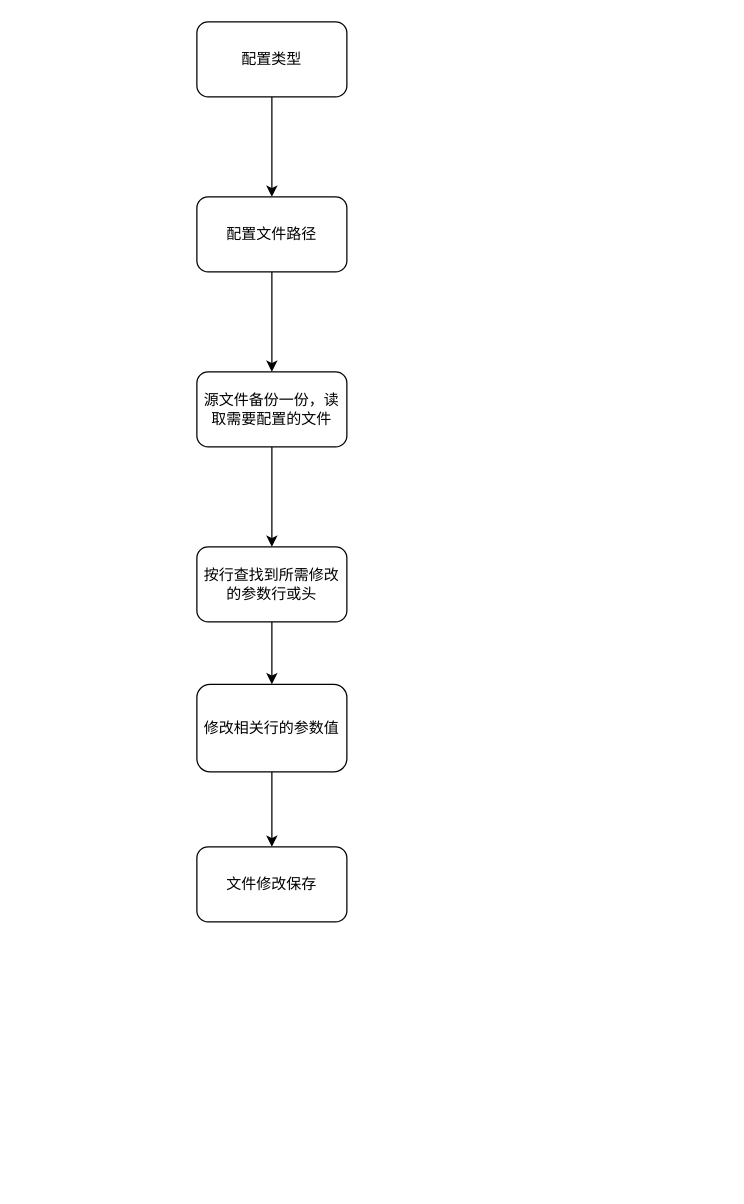
The draw.io diagram configFrame.drawio in yyjqr/IMU, before the edit. Source tidied: cells renumbered, new cells numbered last; positions are measured from the earlier drawing's top-left corner, leaving out a move shared by most shapes. Both pictures are drawn from the tidied source at 125%, with x=0, y=0 at pixel (196, 21).
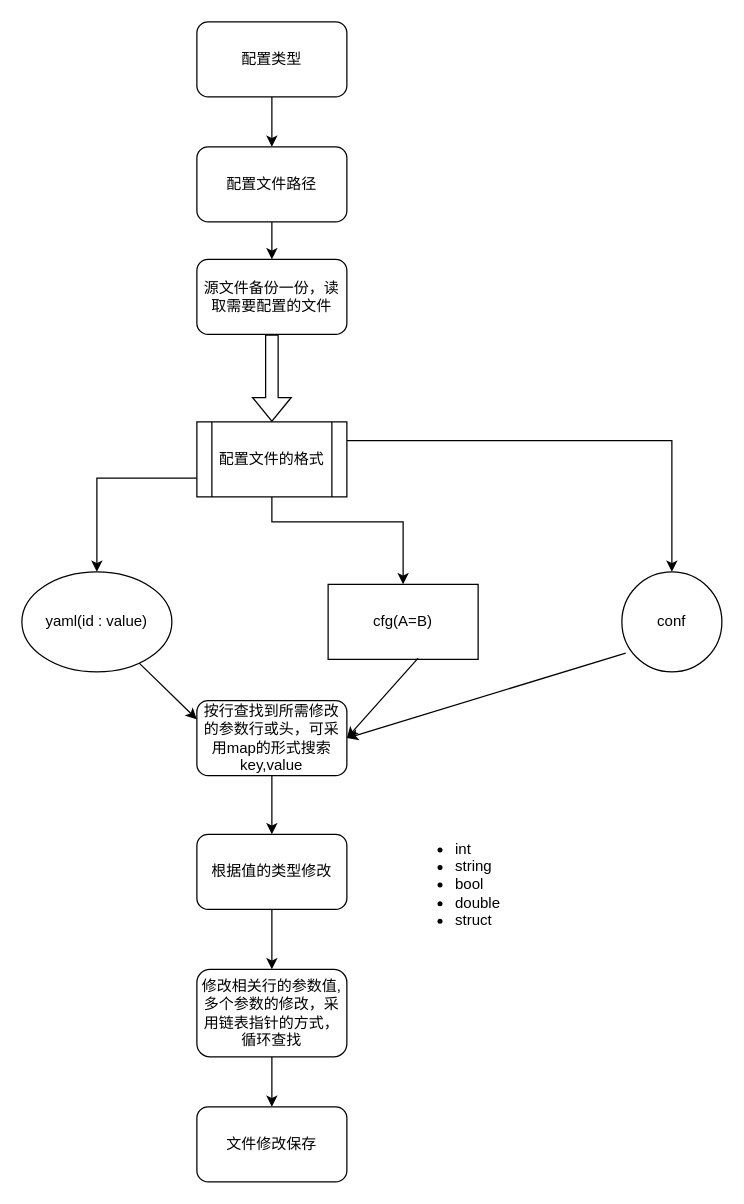
After the change.

Change to the diagram source:
```diff
@@
     <mxCell id="5" value="配置文件路径" style="rounded=1;whiteSpace=wrap;html=1;" parent="1" vertex="1">
-      <mxGeometry y="140" width="120" height="60" as="geometry" />
+      <mxGeometry y="100" width="120" height="60" as="geometry" />
     </mxCell>
-    <mxCell id="6" style="edgeStyle=orthogonalEdgeStyle;rounded=0;jettySize=auto;html=1;" parent="1" edge="1" source="7" target="9">
+    <mxCell id="6" style="edgeStyle=orthogonalEdgeStyle;rounded=0;jettySize=auto;html=1;exitX=0;exitY=0.75;exitDx=0;exitDy=0;" parent="1" edge="1" source="15" target="16">
       <mxGeometry relative="1" as="geometry" />
     </mxCell>
     <mxCell id="7" value="源文件备份一份，读取需要配置的文件" style="rounded=1;whiteSpace=wrap;html=1;" parent="1" vertex="1">
-      <mxGeometry y="280" width="120" height="60" as="geometry" />
+      <mxGeometry y="190" width="120" height="60" as="geometry" />
     </mxCell>
-    <mxCell id="8" style="edgeStyle=orthogonalEdgeStyle;rounded=0;jettySize=auto;html=1;" parent="1" edge="1" source="9" target="11">
-      <mxGeometry relative="1" as="geometry" />
+    <mxCell id="8" style="edgeStyle=orthogonalEdgeStyle;rounded=0;jettySize=auto;html=1;" parent="1" edge="1" source="9">
+      <mxGeometry relative="1" as="geometry">
+        <mxPoint x="60" y="650" as="targetPoint" />
+      </mxGeometry>
     </mxCell>
-    <mxCell id="9" value="按行查找到所需修改的参数行或头" style="whiteSpace=wrap;html=1;rounded=1;" parent="1" vertex="1">
-      <mxGeometry y="420" width="120" height="60" as="geometry" />
+    <mxCell id="9" value="按行查找到所需修改的参数行或头，可采用map的形式搜索key,value" style="whiteSpace=wrap;html=1;rounded=1;" parent="1" vertex="1">
+      <mxGeometry y="543" width="120" height="60" as="geometry" />
     </mxCell>
@@
-    <mxCell id="11" value="修改相关行的参数值" style="whiteSpace=wrap;html=1;rounded=1;" parent="1" vertex="1">
-      <mxGeometry y="530" width="120" height="70" as="geometry" />
+    <mxCell id="11" value="修改相关行的参数值,多个参数的修改，采用链表指针的方式，循环查找" style="whiteSpace=wrap;html=1;rounded=1;" parent="1" vertex="1">
+      <mxGeometry y="758" width="120" height="70" as="geometry" />
     </mxCell>
     <mxCell id="12" value="文件修改保存" style="whiteSpace=wrap;html=1;rounded=1;" parent="1" vertex="1">
-      <mxGeometry y="660" width="120" height="60" as="geometry" />
+      <mxGeometry y="868" width="120" height="60" as="geometry" />
     </mxCell>
+    <mxCell id="13" style="edgeStyle=orthogonalEdgeStyle;rounded=0;jettySize=auto;html=1;entryX=0.5;entryY=0;entryDx=0;entryDy=0;" parent="1" edge="1" source="15" target="17">
+      <mxGeometry relative="1" as="geometry">
+        <Array as="points">
+          <mxPoint x="165" y="400" />
+        </Array>
+      </mxGeometry>
+    </mxCell>
+    <mxCell id="14" style="edgeStyle=orthogonalEdgeStyle;rounded=0;jettySize=auto;html=1;exitX=1;exitY=0.25;exitDx=0;exitDy=0;entryX=0.5;entryY=0;entryDx=0;entryDy=0;" parent="1" edge="1" source="15" target="18">
+      <mxGeometry relative="1" as="geometry" />
+    </mxCell>
+    <mxCell id="15" value="配置文件的格式" style="shape=process;whiteSpace=wrap;html=1;backgroundOutline=1;" parent="1" vertex="1">
+      <mxGeometry y="320" width="120" height="60" as="geometry" />
+    </mxCell>
+    <mxCell id="16" value="yaml(id : value)" style="ellipse;whiteSpace=wrap;html=1;" parent="1" vertex="1">
+      <mxGeometry x="-140" y="440" width="120" height="80" as="geometry" />
+    </mxCell>
+    <mxCell id="17" value="cfg(A=B)" style="rounded=0;whiteSpace=wrap;html=1;" parent="1" vertex="1">
+      <mxGeometry x="105" y="450" width="120" height="60" as="geometry" />
+    </mxCell>
+    <mxCell id="18" value="conf" style="ellipse;whiteSpace=wrap;html=1;" parent="1" vertex="1">
+      <mxGeometry x="340" y="440" width="80" height="80" as="geometry" />
+    </mxCell>
+    <mxCell id="19" style="endArrow=classic;html=1;rounded=0;entryX=0;entryY=0.25;entryDx=0;entryDy=0;" parent="1" edge="1" source="16" target="9">
+      <mxGeometry relative="1" as="geometry" />
+    </mxCell>
+    <mxCell id="20" style="endArrow=classic;html=1;rounded=0;exitX=0.6;exitY=0.983;exitDx=0;exitDy=0;exitPerimeter=0;entryX=1;entryY=0.5;entryDx=0;entryDy=0;" parent="1" edge="1" source="17" target="9">
+      <mxGeometry relative="1" as="geometry" />
+    </mxCell>
+    <mxCell id="21" style="endArrow=classic;html=1;rounded=0;exitX=0.038;exitY=0.813;exitDx=0;exitDy=0;exitPerimeter=0;entryX=1;entryY=0.5;entryDx=0;entryDy=0;" parent="1" edge="1" source="18" target="9">
+      <mxGeometry relative="1" as="geometry" />
+    </mxCell>
+    <mxCell id="22" value="&lt;ul&gt;&lt;li&gt;int&lt;/li&gt;&lt;li&gt;string&lt;/li&gt;&lt;li&gt;bool&lt;/li&gt;&lt;li&gt;double&lt;/li&gt;&lt;li&gt;struct&lt;/li&gt;&lt;/ul&gt;" style="text;strokeColor=none;fillColor=none;html=1;whiteSpace=wrap;verticalAlign=middle;overflow=hidden;" parent="1" vertex="1">
+      <mxGeometry x="165" y="640" width="100" height="100" as="geometry" />
+    </mxCell>
+    <mxCell id="23" style="edgeStyle=orthogonalEdgeStyle;rounded=0;jettySize=auto;html=1;" parent="1" edge="1" source="24" target="11">
+      <mxGeometry relative="1" as="geometry" />
+    </mxCell>
+    <mxCell id="24" value="根据值的类型修改" style="rounded=1;whiteSpace=wrap;html=1;" parent="1" vertex="1">
+      <mxGeometry y="650" width="120" height="60" as="geometry" />
+    </mxCell>
+    <mxCell id="25" style="shape=flexArrow;endArrow=classic;html=1;rounded=0;entryX=0.5;entryY=0;entryDx=0;entryDy=0;exitX=0.5;exitY=1;exitDx=0;exitDy=0;" parent="1" edge="1" source="7" target="15">
+      <mxGeometry relative="1" as="geometry" />
+    </mxCell>
```
